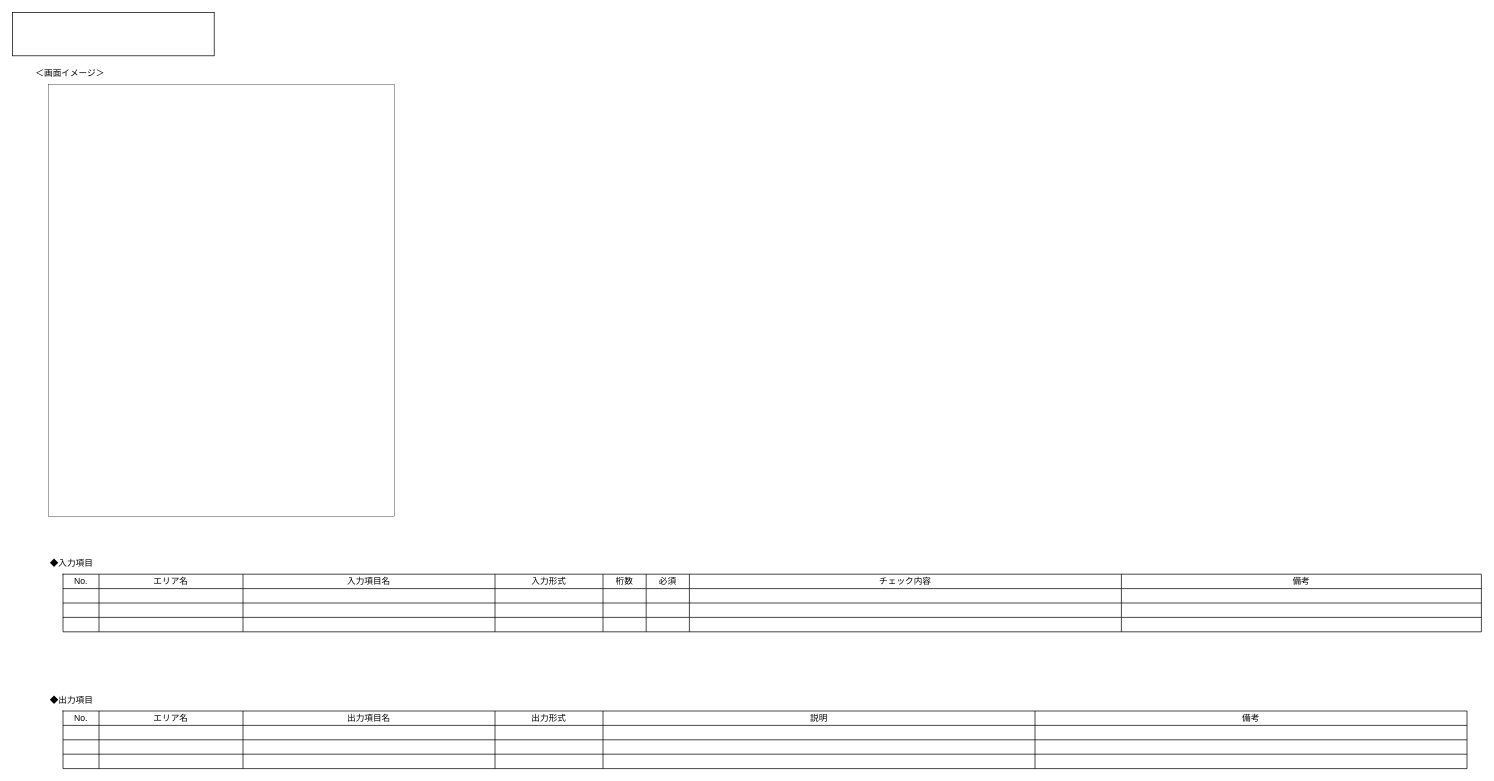
This is page "ページ2" (2 of 2) of documents/画面設計書フォーマット.drawio from dt-torachan/lteventmanager, a draw.io file, before an edit. Source tidied: cells renumbered, new cells numbered last; positions are measured from the earlier drawing's top-left corner, leaving out a move shared by most shapes. Both pictures are drawn from the tidied source at 72%, with x=0, y=0 at pixel (12, 12).
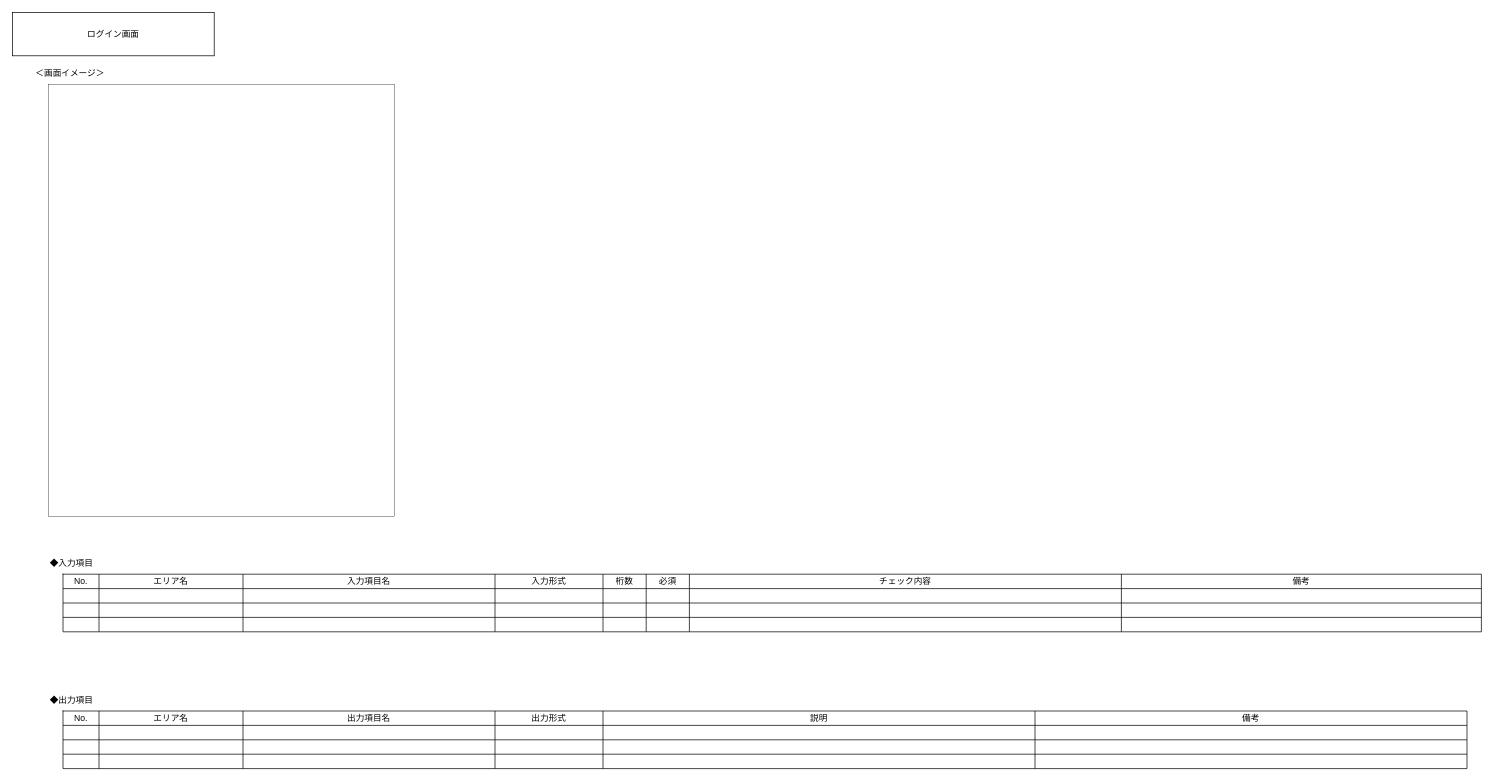
The same page after the edit.

Commit message:
ログイン画面の名前

The edit, as a diff of the source:
```diff
@@
-    <mxCell id="2" style="rounded=0;whiteSpace=wrap;html=1;" parent="1" vertex="1">
+    <mxCell id="2" value="ログイン画面" style="rounded=0;whiteSpace=wrap;html=1;" parent="1" vertex="1">
       <mxGeometry width="280" height="60" as="geometry" />
     </mxCell>
```
